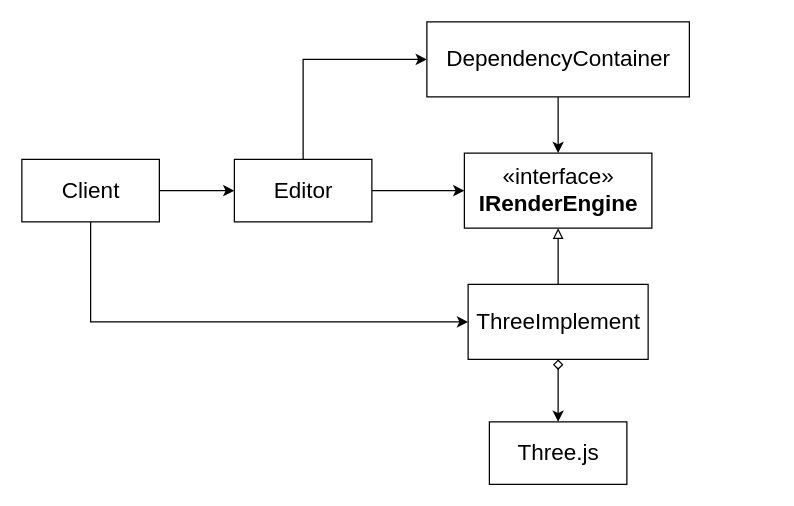
This is packages/依赖隔离模式/story_improve/UML.drawio from yyc-git/3DProgramPattern, a draw.io file, before an edit. Source tidied: cells renumbered, new cells numbered last; positions are measured from the earlier drawing's top-left corner, leaving out a move shared by most shapes. Both pictures are drawn from the tidied source at 125%, with x=0, y=0 at pixel (21, 21).
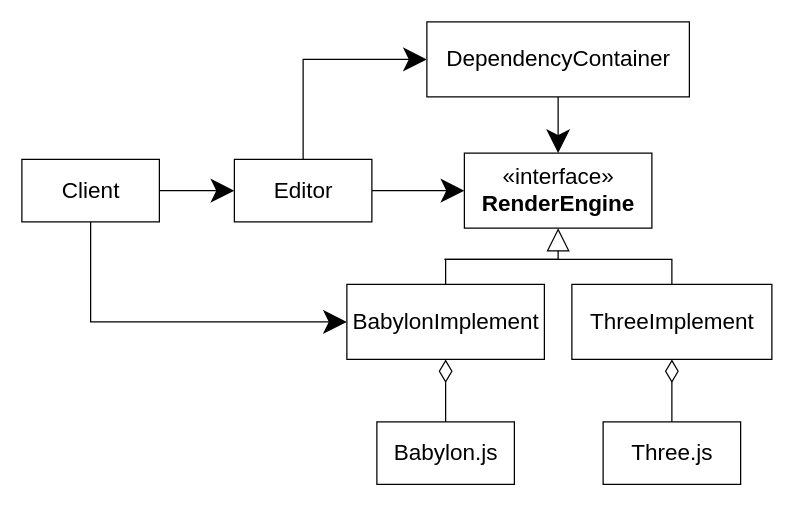
The same diagram, later.

The change refers to these unchanged cells:
```xml
<mxCell id="4" value="Editor" style="html=1;fontSize=18;" parent="1" vertex="1">
  <mxGeometry x="170" y="110" width="110" height="50" as="geometry" />
</mxCell>
<mxCell id="12" value="Client" style="html=1;fontSize=18;" parent="1" vertex="1">
  <mxGeometry y="110" width="110" height="50" as="geometry" />
</mxCell>
<mxCell id="14" value="DependencyContainer" style="html=1;fontSize=18;" parent="1" vertex="1">
  <mxGeometry x="324" width="210" height="60" as="geometry" />
</mxCell>
```

The edit, as a diff of the source:
```diff
@@
-    <mxCell id="2" style="edgeStyle=orthogonalEdgeStyle;rounded=0;jettySize=auto;html=1;entryX=0;entryY=0.5;entryDx=0;entryDy=0;" parent="1" edge="1" source="4" target="8">
+    <mxCell id="2" style="edgeStyle=orthogonalEdgeStyle;rounded=0;jettySize=auto;html=1;entryX=0;entryY=0.5;entryDx=0;entryDy=0;endSize=16;startSize=16;" parent="1" edge="1" source="4" target="8">
       <mxGeometry relative="1" as="geometry" />
     </mxCell>
-    <mxCell id="3" style="edgeStyle=orthogonalEdgeStyle;rounded=0;jettySize=auto;html=1;entryX=0;entryY=0.5;entryDx=0;entryDy=0;exitX=0.5;exitY=0;exitDx=0;exitDy=0;" parent="1" edge="1" source="4" target="14">
+    <mxCell id="3" style="edgeStyle=orthogonalEdgeStyle;rounded=0;jettySize=auto;html=1;entryX=0;entryY=0.5;entryDx=0;entryDy=0;exitX=0.5;exitY=0;exitDx=0;exitDy=0;endSize=16;startSize=16;" parent="1" edge="1" source="4" target="14">
       <mxGeometry relative="1" as="geometry" />
     </mxCell>
@@
-    <mxCell id="5" style="edgeStyle=orthogonalEdgeStyle;rounded=0;jettySize=auto;html=1;entryX=0.5;entryY=1;entryDx=0;entryDy=0;endArrow=block;endFill=0;" parent="1" edge="1" source="7" target="8">
+    <mxCell id="5" style="edgeStyle=orthogonalEdgeStyle;rounded=0;jettySize=auto;html=1;entryX=0.5;entryY=1;entryDx=0;entryDy=0;endArrow=block;endFill=0;endSize=16;startSize=16;" parent="1" edge="1" source="7" target="8">
       <mxGeometry relative="1" as="geometry" />
     </mxCell>
-    <mxCell id="6" style="edgeStyle=orthogonalEdgeStyle;rounded=0;jettySize=auto;html=1;startArrow=diamond;startFill=0;" parent="1" edge="1" source="7" target="9">
+    <mxCell id="6" style="edgeStyle=orthogonalEdgeStyle;rounded=0;jettySize=auto;html=1;startArrow=diamondThin;startFill=0;endSize=16;startSize=16;endArrow=none;endFill=0;" parent="1" edge="1" source="7" target="9">
       <mxGeometry relative="1" as="geometry" />
     </mxCell>
-    <mxCell id="7" value="ThreeImplement" style="html=1;fontSize=18;" parent="1" vertex="1">
-      <mxGeometry x="357" y="210" width="144" height="60" as="geometry" />
+    <mxCell id="7" value="BabylonImplement" style="html=1;fontSize=18;" parent="1" vertex="1">
+      <mxGeometry x="260" y="210" width="158" height="60" as="geometry" />
     </mxCell>
-    <mxCell id="8" value="&lt;font style=&quot;font-size: 18px&quot;&gt;«interface»&lt;br&gt;&lt;b&gt;IRenderEngine&lt;/b&gt;&lt;/font&gt;" style="html=1;" parent="1" vertex="1">
+    <mxCell id="8" value="&lt;font style=&quot;font-size: 18px&quot;&gt;«interface»&lt;br&gt;&lt;b&gt;RenderEngine&lt;/b&gt;&lt;/font&gt;" style="html=1;" parent="1" vertex="1">
       <mxGeometry x="354" y="105" width="150" height="60" as="geometry" />
     </mxCell>
-    <mxCell id="9" value="Three.js" style="html=1;fontSize=18;" parent="1" vertex="1">
-      <mxGeometry x="374" y="320" width="110" height="50" as="geometry" />
+    <mxCell id="9" value="Babylon.js" style="html=1;fontSize=18;" parent="1" vertex="1">
+      <mxGeometry x="284" y="320" width="110" height="50" as="geometry" />
     </mxCell>
-    <mxCell id="10" style="edgeStyle=orthogonalEdgeStyle;rounded=0;jettySize=auto;html=1;entryX=0;entryY=0.5;entryDx=0;entryDy=0;" parent="1" edge="1" source="12" target="4">
+    <mxCell id="10" style="edgeStyle=orthogonalEdgeStyle;rounded=0;jettySize=auto;html=1;entryX=0;entryY=0.5;entryDx=0;entryDy=0;endSize=16;startSize=16;" parent="1" edge="1" source="12" target="4">
       <mxGeometry relative="1" as="geometry" />
     </mxCell>
-    <mxCell id="11" style="edgeStyle=orthogonalEdgeStyle;rounded=0;jettySize=auto;html=1;entryX=0;entryY=0.5;entryDx=0;entryDy=0;" parent="1" edge="1" source="12" target="7">
+    <mxCell id="11" style="edgeStyle=orthogonalEdgeStyle;rounded=0;jettySize=auto;html=1;endSize=16;startSize=16;endArrow=classic;endFill=1;" parent="1" edge="1" source="12">
       <mxGeometry relative="1" as="geometry">
+        <mxPoint x="260" y="240" as="targetPoint" />
         <Array as="points">
           <mxPoint x="55" y="240" />
         </Array>
       </mxGeometry>
     </mxCell>
@@
-    <mxCell id="13" style="edgeStyle=orthogonalEdgeStyle;rounded=0;jettySize=auto;html=1;" parent="1" edge="1" source="14" target="8">
+    <mxCell id="13" style="edgeStyle=orthogonalEdgeStyle;rounded=0;jettySize=auto;html=1;endSize=16;startSize=16;" parent="1" edge="1" source="14" target="8">
       <mxGeometry relative="1" as="geometry" />
     </mxCell>
@@
+    <mxCell id="15" style="edgeStyle=orthogonalEdgeStyle;rounded=0;jettySize=auto;html=1;startArrow=diamondThin;startFill=0;endSize=16;startSize=16;endArrow=none;endFill=0;" parent="1" edge="1" source="17" target="18">
+      <mxGeometry relative="1" as="geometry" />
+    </mxCell>
+    <mxCell id="16" style="edgeStyle=orthogonalEdgeStyle;rounded=0;jettySize=auto;html=1;startArrow=none;startFill=0;endArrow=none;endFill=0;startSize=16;endSize=16;exitX=0.5;exitY=0;exitDx=0;exitDy=0;" parent="1" edge="1" source="17">
+      <mxGeometry relative="1" as="geometry">
+        <mxPoint x="338" y="190" as="targetPoint" />
+        <Array as="points">
+          <mxPoint x="520" y="190" />
+          <mxPoint x="407" y="190" />
+        </Array>
+      </mxGeometry>
+    </mxCell>
+    <mxCell id="17" value="ThreeImplement" style="html=1;fontSize=18;" parent="1" vertex="1">
+      <mxGeometry x="440" y="210" width="160" height="60" as="geometry" />
+    </mxCell>
+    <mxCell id="18" value="Three.js" style="html=1;fontSize=18;" parent="1" vertex="1">
+      <mxGeometry x="465" y="320" width="110" height="50" as="geometry" />
+    </mxCell>
```
